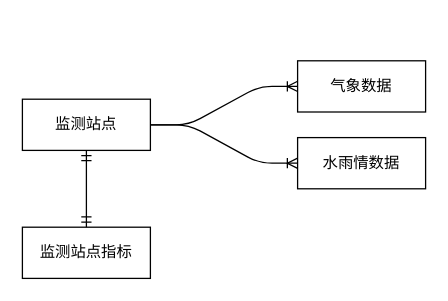
Above: file/waterreser.drawio in DORcode/admin-demo (draw.io), before the change. Source tidied: cells renumbered, new cells numbered last; positions are measured from the earlier drawing's top-left corner, leaving out a move shared by most shapes. Both pictures are drawn from the tidied source at 128%, with x=0, y=0 at pixel (22, 60).
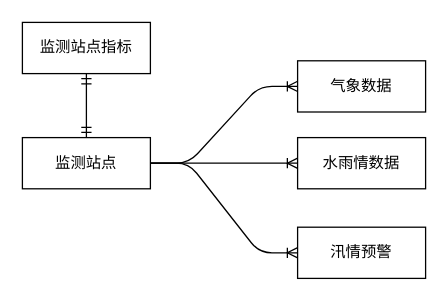
Above is the later version.

Diff of the diagram source:
```diff
@@
 <mxGraphModel>
   <root>
     <mxCell id="0" />
     <mxCell id="1" parent="0" />
     <mxCell id="2" value="监测站点" style="whiteSpace=wrap;html=1;align=center;" parent="1" vertex="1">
-      <mxGeometry y="30" width="100" height="40" as="geometry" />
+      <mxGeometry y="60" width="100" height="40" as="geometry" />
     </mxCell>
     <mxCell id="3" value="气象数据" style="whiteSpace=wrap;html=1;align=center;" parent="1" vertex="1">
       <mxGeometry x="215" width="100" height="40" as="geometry" />
     </mxCell>
     <mxCell id="4" value="水雨情数据" style="whiteSpace=wrap;html=1;align=center;" parent="1" vertex="1">
       <mxGeometry x="215" y="60" width="100" height="40" as="geometry" />
     </mxCell>
     <mxCell id="5" value="监测站点指标" style="whiteSpace=wrap;html=1;align=center;" parent="1" vertex="1">
-      <mxGeometry y="130" width="100" height="40" as="geometry" />
+      <mxGeometry y="-30" width="100" height="40" as="geometry" />
     </mxCell>
-    <mxCell id="6" style="edgeStyle=orthogonalEdgeStyle;fontSize=12;html=1;endArrow=ERmandOne;startArrow=ERmandOne;entryX=0.5;entryY=1;entryDx=0;entryDy=0;exitX=0.5;exitY=0;exitDx=0;exitDy=0;" parent="1" edge="1" source="5" target="2">
+    <mxCell id="6" style="fontSize=12;html=1;endArrow=ERmandOne;startArrow=ERmandOne;entryX=0.5;entryY=0;entryDx=0;entryDy=0;exitX=0.5;exitY=1;exitDx=0;exitDy=0;" parent="1" edge="1" source="5" target="2">
       <mxGeometry relative="1" as="geometry" />
     </mxCell>
     <mxCell id="7" style="edgeStyle=entityRelationEdgeStyle;fontSize=12;html=1;endArrow=ERoneToMany;entryX=0;entryY=0.5;entryDx=0;entryDy=0;" parent="1" edge="1" source="2" target="3">
       <mxGeometry relative="1" as="geometry" />
     </mxCell>
     <mxCell id="8" style="edgeStyle=entityRelationEdgeStyle;fontSize=12;html=1;endArrow=ERoneToMany;exitX=1;exitY=0.5;exitDx=0;exitDy=0;entryX=0;entryY=0.5;entryDx=0;entryDy=0;" parent="1" edge="1" source="2" target="4">
       <mxGeometry relative="1" as="geometry" />
     </mxCell>
+    <mxCell id="9" value="汛情预警" style="whiteSpace=wrap;html=1;align=center;" parent="1" vertex="1">
+      <mxGeometry x="215" y="130" width="100" height="40" as="geometry" />
+    </mxCell>
+    <mxCell id="10" style="edgeStyle=entityRelationEdgeStyle;fontSize=12;html=1;endArrow=ERoneToMany;exitX=1;exitY=0.5;exitDx=0;exitDy=0;" parent="1" edge="1" source="2" target="9">
+      <mxGeometry relative="1" as="geometry" />
+    </mxCell>
   </root>
 </mxGraphModel>
```
